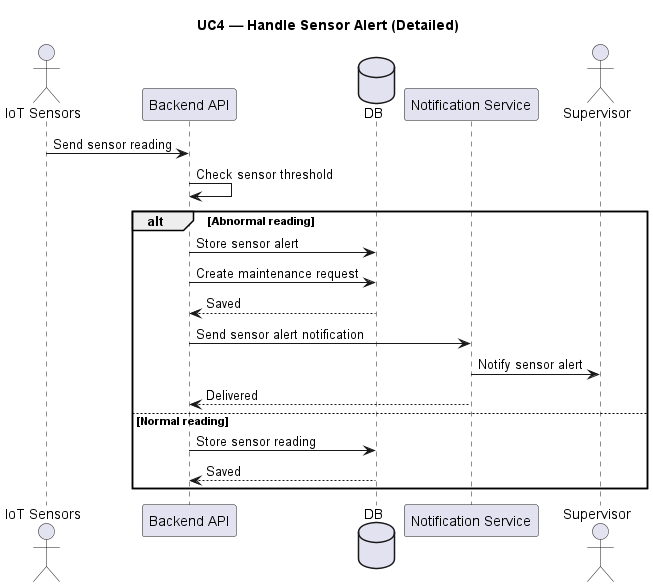
Earlier version of the PlantUML export uml/Interactions/sequence_diagrams/UC4_detailed_handle_sensor_alert.png (xalameen8633-dotcom/Software-engineering-project). Source of this version:
```plantuml
@startuml
title UC4 — Handle Sensor Alert (Detailed)

actor "IoT Sensors" as IoT
participant "Backend API" as API
database "DB" as DB
participant "Notification Service" as Notif
actor "Supervisor" as Supervisor

IoT -> API : Send sensor reading
API -> API : Check sensor threshold

alt Abnormal reading
    API -> DB : Store sensor alert
    API -> DB : Create maintenance request
    DB --> API : Saved

    API -> Notif : Send sensor alert notification
    Notif -> Supervisor : Notify sensor alert
    Notif --> API : Delivered
else Normal reading
    API -> DB : Store sensor reading
    DB --> API : Saved
end

@enduml
```
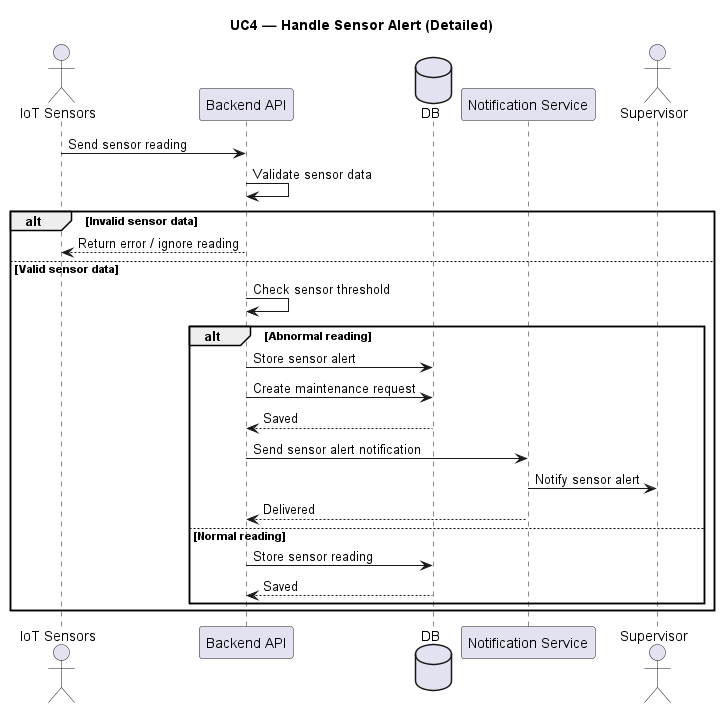
Later version of the same file.

Diff of the diagram source:
```diff
@@ -8,19 +8,25 @@
 actor "Supervisor" as Supervisor
 
 IoT -> API : Send sensor reading
-API -> API : Check sensor threshold
+API -> API : Validate sensor data
 
-alt Abnormal reading
-    API -> DB : Store sensor alert
-    API -> DB : Create maintenance request
-    DB --> API : Saved
+alt Invalid sensor data
+    API --> IoT : Return error / ignore reading
+else Valid sensor data
+    API -> API : Check sensor threshold
 
-    API -> Notif : Send sensor alert notification
-    Notif -> Supervisor : Notify sensor alert
-    Notif --> API : Delivered
-else Normal reading
-    API -> DB : Store sensor reading
-    DB --> API : Saved
+    alt Abnormal reading
+        API -> DB : Store sensor alert
+        API -> DB : Create maintenance request
+        DB --> API : Saved
+
+        API -> Notif : Send sensor alert notification
+        Notif -> Supervisor : Notify sensor alert
+        Notif --> API : Delivered
+    else Normal reading
+        API -> DB : Store sensor reading
+        DB --> API : Saved
+    end
 end
 
 @enduml
```
